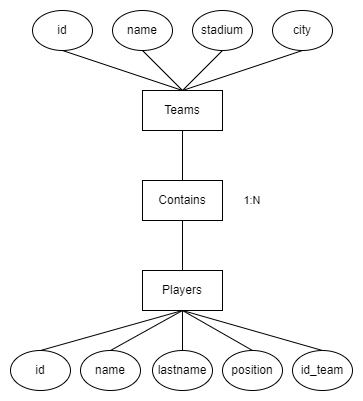
Before: SQL/Modelo Entidad-relacion.png, a diagram exported from draw.io (mariobes/practicas-presenciales). Source tidied: cells renumbered, new cells last; positions are measured from the earlier drawing's top-left corner, leaving out a move shared by most shapes. Its diagram source:
```xml
<mxGraphModel>
  <root>
    <mxCell id="0" />
    <mxCell id="1" parent="0" />
    <mxCell id="2" style="edgeStyle=none;shape=connector;rounded=0;jettySize=auto;html=1;exitX=0.5;exitY=0;exitDx=0;exitDy=0;entryX=0.5;entryY=1;entryDx=0;entryDy=0;labelBackgroundColor=default;strokeColor=default;fontFamily=Helvetica;fontSize=11;fontColor=default;endArrow=none;" parent="1" edge="1" source="4" target="7">
      <mxGeometry relative="1" as="geometry" />
    </mxCell>
    <mxCell id="3" style="edgeStyle=none;shape=connector;rounded=0;jettySize=auto;html=1;exitX=0.5;exitY=1;exitDx=0;exitDy=0;entryX=0.5;entryY=0;entryDx=0;entryDy=0;labelBackgroundColor=default;strokeColor=default;fontFamily=Helvetica;fontSize=11;fontColor=default;endArrow=none;" parent="1" edge="1" source="4" target="24">
      <mxGeometry relative="1" as="geometry" />
    </mxCell>
    <mxCell id="4" value="Teams" style="rounded=0;whiteSpace=wrap;html=1;" parent="1" vertex="1">
      <mxGeometry x="132" y="80" width="80" height="40" as="geometry" />
    </mxCell>
    <mxCell id="5" style="edgeStyle=none;shape=connector;rounded=0;jettySize=auto;html=1;exitX=0.5;exitY=1;exitDx=0;exitDy=0;entryX=0.5;entryY=0;entryDx=0;entryDy=0;labelBackgroundColor=default;strokeColor=default;fontFamily=Helvetica;fontSize=11;fontColor=default;endArrow=none;" parent="1" edge="1" source="6" target="14">
      <mxGeometry relative="1" as="geometry" />
    </mxCell>
    <mxCell id="6" value="Players" style="rounded=0;whiteSpace=wrap;html=1;" parent="1" vertex="1">
      <mxGeometry x="132" y="260" width="80" height="40" as="geometry" />
    </mxCell>
    <mxCell id="7" value="id" style="ellipse;whiteSpace=wrap;html=1;" parent="1" vertex="1">
      <mxGeometry x="22" width="60" height="40" as="geometry" />
    </mxCell>
    <mxCell id="8" style="edgeStyle=none;shape=connector;rounded=0;jettySize=auto;html=1;exitX=0.5;exitY=1;exitDx=0;exitDy=0;entryX=0.5;entryY=0;entryDx=0;entryDy=0;labelBackgroundColor=default;strokeColor=default;fontFamily=Helvetica;fontSize=11;fontColor=default;endArrow=none;" parent="1" edge="1" source="9" target="4">
      <mxGeometry relative="1" as="geometry" />
    </mxCell>
    <mxCell id="9" value="name" style="ellipse;whiteSpace=wrap;html=1;" parent="1" vertex="1">
      <mxGeometry x="102" width="60" height="40" as="geometry" />
    </mxCell>
    <mxCell id="10" style="edgeStyle=none;shape=connector;rounded=0;jettySize=auto;html=1;exitX=0.5;exitY=1;exitDx=0;exitDy=0;entryX=0.5;entryY=0;entryDx=0;entryDy=0;labelBackgroundColor=default;strokeColor=default;fontFamily=Helvetica;fontSize=11;fontColor=default;endArrow=none;" parent="1" edge="1" source="11" target="4">
      <mxGeometry relative="1" as="geometry" />
    </mxCell>
    <mxCell id="11" value="stadium" style="ellipse;whiteSpace=wrap;html=1;" parent="1" vertex="1">
      <mxGeometry x="182" width="60" height="40" as="geometry" />
    </mxCell>
    <mxCell id="12" style="edgeStyle=none;shape=connector;rounded=0;jettySize=auto;html=1;exitX=0.5;exitY=1;exitDx=0;exitDy=0;entryX=0.5;entryY=0;entryDx=0;entryDy=0;labelBackgroundColor=default;strokeColor=default;fontFamily=Helvetica;fontSize=11;fontColor=default;endArrow=none;" parent="1" edge="1" source="13" target="4">
      <mxGeometry relative="1" as="geometry" />
    </mxCell>
    <mxCell id="13" value="city" style="ellipse;whiteSpace=wrap;html=1;" parent="1" vertex="1">
      <mxGeometry x="262" width="60" height="40" as="geometry" />
    </mxCell>
    <mxCell id="14" value="id" style="ellipse;whiteSpace=wrap;html=1;" parent="1" vertex="1">
      <mxGeometry y="340" width="60" height="40" as="geometry" />
    </mxCell>
    <mxCell id="15" style="edgeStyle=none;shape=connector;rounded=0;jettySize=auto;html=1;exitX=0.5;exitY=0;exitDx=0;exitDy=0;entryX=0.5;entryY=1;entryDx=0;entryDy=0;labelBackgroundColor=default;strokeColor=default;fontFamily=Helvetica;fontSize=11;fontColor=default;endArrow=none;" parent="1" edge="1" source="16" target="6">
      <mxGeometry relative="1" as="geometry" />
    </mxCell>
    <mxCell id="16" value="name" style="ellipse;whiteSpace=wrap;html=1;" parent="1" vertex="1">
      <mxGeometry x="70" y="340" width="60" height="40" as="geometry" />
    </mxCell>
    <mxCell id="17" style="edgeStyle=none;shape=connector;rounded=0;jettySize=auto;html=1;exitX=0.5;exitY=0;exitDx=0;exitDy=0;entryX=0.5;entryY=1;entryDx=0;entryDy=0;labelBackgroundColor=default;strokeColor=default;fontFamily=Helvetica;fontSize=11;fontColor=default;endArrow=none;" parent="1" edge="1" source="18" target="6">
      <mxGeometry relative="1" as="geometry" />
    </mxCell>
    <mxCell id="18" value="lastname" style="ellipse;whiteSpace=wrap;html=1;" parent="1" vertex="1">
      <mxGeometry x="142" y="340" width="60" height="40" as="geometry" />
    </mxCell>
    <mxCell id="19" style="edgeStyle=none;shape=connector;rounded=0;jettySize=auto;html=1;exitX=0.5;exitY=0;exitDx=0;exitDy=0;entryX=0.5;entryY=1;entryDx=0;entryDy=0;labelBackgroundColor=default;strokeColor=default;fontFamily=Helvetica;fontSize=11;fontColor=default;endArrow=none;" parent="1" edge="1" source="20" target="6">
      <mxGeometry relative="1" as="geometry" />
    </mxCell>
    <mxCell id="20" value="id_team" style="ellipse;whiteSpace=wrap;html=1;" parent="1" vertex="1">
      <mxGeometry x="282" y="340" width="60" height="40" as="geometry" />
    </mxCell>
    <mxCell id="21" style="edgeStyle=none;shape=connector;rounded=0;jettySize=auto;html=1;exitX=0.5;exitY=0;exitDx=0;exitDy=0;entryX=0.5;entryY=1;entryDx=0;entryDy=0;labelBackgroundColor=default;strokeColor=default;fontFamily=Helvetica;fontSize=11;fontColor=default;endArrow=none;" parent="1" edge="1" source="22" target="6">
      <mxGeometry relative="1" as="geometry" />
    </mxCell>
    <mxCell id="22" value="position" style="ellipse;whiteSpace=wrap;html=1;" parent="1" vertex="1">
      <mxGeometry x="212" y="340" width="60" height="40" as="geometry" />
    </mxCell>
    <mxCell id="23" style="edgeStyle=none;shape=connector;rounded=0;jettySize=auto;html=1;exitX=0.5;exitY=1;exitDx=0;exitDy=0;entryX=0.5;entryY=0;entryDx=0;entryDy=0;labelBackgroundColor=default;strokeColor=default;fontFamily=Helvetica;fontSize=11;fontColor=default;endArrow=none;" parent="1" edge="1" source="24" target="6">
      <mxGeometry relative="1" as="geometry" />
    </mxCell>
    <mxCell id="24" value="Contains" style="rounded=0;whiteSpace=wrap;html=1;" parent="1" vertex="1">
      <mxGeometry x="132" y="170" width="80" height="40" as="geometry" />
    </mxCell>
    <mxCell id="25" value="1:N" style="text;html=1;strokeColor=none;fillColor=none;align=center;verticalAlign=middle;whiteSpace=wrap;rounded=0;fontSize=11;fontFamily=Helvetica;fontColor=default;" parent="1" vertex="1">
      <mxGeometry x="212" y="175" width="60" height="30" as="geometry" />
    </mxCell>
  </root>
</mxGraphModel>
```
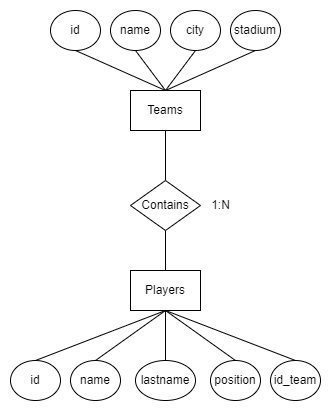
After the change.

The edit, as a diff of the source:
```diff
@@ -1,78 +1,78 @@
 <mxGraphModel>
   <root>
-    <mxCell id="0" />
-    <mxCell id="1" parent="0" />
-    <mxCell id="2" style="edgeStyle=none;shape=connector;rounded=0;jettySize=auto;html=1;exitX=0.5;exitY=0;exitDx=0;exitDy=0;entryX=0.5;entryY=1;entryDx=0;entryDy=0;labelBackgroundColor=default;strokeColor=default;fontFamily=Helvetica;fontSize=11;fontColor=default;endArrow=none;" parent="1" edge="1" source="4" target="7">
-      <mxGeometry relative="1" as="geometry" />
-    </mxCell>
+    <mxCell id="26" />
+    <mxCell id="27" parent="26" />
-    <mxCell id="3" style="edgeStyle=none;shape=connector;rounded=0;jettySize=auto;html=1;exitX=0.5;exitY=1;exitDx=0;exitDy=0;entryX=0.5;entryY=0;entryDx=0;entryDy=0;labelBackgroundColor=default;strokeColor=default;fontFamily=Helvetica;fontSize=11;fontColor=default;endArrow=none;" parent="1" edge="1" source="4" target="24">
+    <mxCell id="3" style="edgeStyle=none;shape=connector;rounded=0;jettySize=auto;html=1;exitX=0.5;exitY=1;exitDx=0;exitDy=0;entryX=0.5;entryY=0;entryDx=0;entryDy=0;labelBackgroundColor=default;strokeColor=default;fontFamily=Helvetica;fontSize=11;fontColor=default;endArrow=none;" parent="27" edge="1" source="4" target="24">
       <mxGeometry relative="1" as="geometry" />
     </mxCell>
-    <mxCell id="4" value="Teams" style="rounded=0;whiteSpace=wrap;html=1;" parent="1" vertex="1">
-      <mxGeometry x="132" y="80" width="80" height="40" as="geometry" />
+    <mxCell id="4" value="Teams" style="rounded=0;whiteSpace=wrap;html=1;" parent="27" vertex="1">
+      <mxGeometry x="-18" y="50" width="70" height="40" as="geometry" />
     </mxCell>
-    <mxCell id="5" style="edgeStyle=none;shape=connector;rounded=0;jettySize=auto;html=1;exitX=0.5;exitY=1;exitDx=0;exitDy=0;entryX=0.5;entryY=0;entryDx=0;entryDy=0;labelBackgroundColor=default;strokeColor=default;fontFamily=Helvetica;fontSize=11;fontColor=default;endArrow=none;" parent="1" edge="1" source="6" target="14">
-      <mxGeometry relative="1" as="geometry" />
-    </mxCell>
+    <mxCell id="28" style="edgeStyle=none;shape=connector;rounded=0;jettySize=auto;html=1;exitX=0.5;exitY=1;exitDx=0;exitDy=0;entryX=0.5;entryY=0;entryDx=0;entryDy=0;labelBackgroundColor=default;strokeColor=default;fontFamily=Helvetica;fontSize=11;fontColor=default;endArrow=none;" parent="27" edge="1" source="6" target="18">
+      <mxGeometry relative="1" as="geometry" />
+    </mxCell>
+    <mxCell id="29" style="edgeStyle=none;shape=connector;rounded=0;jettySize=auto;html=1;exitX=0.5;exitY=1;exitDx=0;exitDy=0;entryX=0.5;entryY=0;entryDx=0;entryDy=0;labelBackgroundColor=default;strokeColor=default;fontFamily=Helvetica;fontSize=11;fontColor=default;endArrow=none;" parent="27" edge="1" source="6" target="37">
+      <mxGeometry relative="1" as="geometry" />
+    </mxCell>
+    <mxCell id="30" style="edgeStyle=none;shape=connector;rounded=0;jettySize=auto;html=1;exitX=0.5;exitY=1;exitDx=0;exitDy=0;entryX=0.5;entryY=0;entryDx=0;entryDy=0;labelBackgroundColor=default;strokeColor=default;fontFamily=Helvetica;fontSize=11;fontColor=default;endArrow=none;" parent="27" edge="1" source="6" target="22">
+      <mxGeometry relative="1" as="geometry" />
+    </mxCell>
-    <mxCell id="6" value="Players" style="rounded=0;whiteSpace=wrap;html=1;" parent="1" vertex="1">
-      <mxGeometry x="132" y="260" width="80" height="40" as="geometry" />
+    <mxCell id="6" value="Players" style="rounded=0;whiteSpace=wrap;html=1;" parent="27" vertex="1">
+      <mxGeometry x="-18" y="230" width="70" height="40" as="geometry" />
     </mxCell>
-    <mxCell id="7" value="id" style="ellipse;whiteSpace=wrap;html=1;" parent="1" vertex="1">
-      <mxGeometry x="22" width="60" height="40" as="geometry" />
-    </mxCell>
-    <mxCell id="8" style="edgeStyle=none;shape=connector;rounded=0;jettySize=auto;html=1;exitX=0.5;exitY=1;exitDx=0;exitDy=0;entryX=0.5;entryY=0;entryDx=0;entryDy=0;labelBackgroundColor=default;strokeColor=default;fontFamily=Helvetica;fontSize=11;fontColor=default;endArrow=none;" parent="1" edge="1" source="9" target="4">
-      <mxGeometry relative="1" as="geometry" />
-    </mxCell>
-    <mxCell id="9" value="name" style="ellipse;whiteSpace=wrap;html=1;" parent="1" vertex="1">
-      <mxGeometry x="102" width="60" height="40" as="geometry" />
-    </mxCell>
+    <mxCell id="23" style="edgeStyle=none;shape=connector;rounded=0;jettySize=auto;html=1;exitX=0.5;exitY=1;exitDx=0;exitDy=0;entryX=0.5;entryY=0;entryDx=0;entryDy=0;labelBackgroundColor=default;strokeColor=default;fontFamily=Helvetica;fontSize=11;fontColor=default;endArrow=none;" parent="27" edge="1" source="24" target="6">
+      <mxGeometry relative="1" as="geometry" />
+    </mxCell>
+    <mxCell id="24" value="Contains" style="rhombus;whiteSpace=wrap;html=1;" parent="27" vertex="1">
+      <mxGeometry x="-18" y="140" width="70" height="50" as="geometry" />
+    </mxCell>
+    <mxCell id="25" value="1:N" style="text;html=1;align=center;verticalAlign=middle;strokeColor=none;fillColor=none;" parent="27" vertex="1">
+      <mxGeometry x="52" y="150" width="40" height="30" as="geometry" />
+    </mxCell>
+    <mxCell id="31" value="id" style="ellipse;whiteSpace=wrap;html=1;" parent="27" vertex="1">
+      <mxGeometry x="-98" y="-30" width="50" height="40" as="geometry" />
+    </mxCell>
+    <mxCell id="32" style="edgeStyle=none;shape=connector;rounded=0;jettySize=auto;html=1;exitX=0.5;exitY=1;exitDx=0;exitDy=0;entryX=0.5;entryY=0;entryDx=0;entryDy=0;labelBackgroundColor=default;strokeColor=default;fontFamily=Helvetica;fontSize=11;fontColor=default;endArrow=none;" parent="27" edge="1" source="33" target="4">
+      <mxGeometry relative="1" as="geometry" />
+    </mxCell>
+    <mxCell id="33" value="name" style="ellipse;whiteSpace=wrap;html=1;" parent="27" vertex="1">
+      <mxGeometry x="-38" y="-30" width="50" height="40" as="geometry" />
+    </mxCell>
-    <mxCell id="10" style="edgeStyle=none;shape=connector;rounded=0;jettySize=auto;html=1;exitX=0.5;exitY=1;exitDx=0;exitDy=0;entryX=0.5;entryY=0;entryDx=0;entryDy=0;labelBackgroundColor=default;strokeColor=default;fontFamily=Helvetica;fontSize=11;fontColor=default;endArrow=none;" parent="1" edge="1" source="11" target="4">
+    <mxCell id="10" style="edgeStyle=none;shape=connector;rounded=0;jettySize=auto;html=1;exitX=0.5;exitY=1;exitDx=0;exitDy=0;entryX=0.5;entryY=0;entryDx=0;entryDy=0;labelBackgroundColor=default;strokeColor=default;fontFamily=Helvetica;fontSize=11;fontColor=default;endArrow=none;" parent="27" edge="1" source="11" target="4">
       <mxGeometry relative="1" as="geometry" />
     </mxCell>
-    <mxCell id="11" value="stadium" style="ellipse;whiteSpace=wrap;html=1;" parent="1" vertex="1">
-      <mxGeometry x="182" width="60" height="40" as="geometry" />
+    <mxCell id="11" value="stadium" style="ellipse;whiteSpace=wrap;html=1;" parent="27" vertex="1">
+      <mxGeometry x="82" y="-30" width="50" height="40" as="geometry" />
     </mxCell>
-    <mxCell id="12" style="edgeStyle=none;shape=connector;rounded=0;jettySize=auto;html=1;exitX=0.5;exitY=1;exitDx=0;exitDy=0;entryX=0.5;entryY=0;entryDx=0;entryDy=0;labelBackgroundColor=default;strokeColor=default;fontFamily=Helvetica;fontSize=11;fontColor=default;endArrow=none;" parent="1" edge="1" source="13" target="4">
+    <mxCell id="12" style="edgeStyle=none;shape=connector;rounded=0;jettySize=auto;html=1;exitX=0.5;exitY=1;exitDx=0;exitDy=0;entryX=0.5;entryY=0;entryDx=0;entryDy=0;labelBackgroundColor=default;strokeColor=default;fontFamily=Helvetica;fontSize=11;fontColor=default;endArrow=none;" parent="27" edge="1" source="13" target="4">
       <mxGeometry relative="1" as="geometry" />
     </mxCell>
-    <mxCell id="13" value="city" style="ellipse;whiteSpace=wrap;html=1;" parent="1" vertex="1">
-      <mxGeometry x="262" width="60" height="40" as="geometry" />
+    <mxCell id="13" value="city" style="ellipse;whiteSpace=wrap;html=1;" parent="27" vertex="1">
+      <mxGeometry x="22" y="-30" width="50" height="40" as="geometry" />
     </mxCell>
-    <mxCell id="14" value="id" style="ellipse;whiteSpace=wrap;html=1;" parent="1" vertex="1">
-      <mxGeometry y="340" width="60" height="40" as="geometry" />
-    </mxCell>
-    <mxCell id="15" style="edgeStyle=none;shape=connector;rounded=0;jettySize=auto;html=1;exitX=0.5;exitY=0;exitDx=0;exitDy=0;entryX=0.5;entryY=1;entryDx=0;entryDy=0;labelBackgroundColor=default;strokeColor=default;fontFamily=Helvetica;fontSize=11;fontColor=default;endArrow=none;" parent="1" edge="1" source="16" target="6">
-      <mxGeometry relative="1" as="geometry" />
-    </mxCell>
-    <mxCell id="16" value="name" style="ellipse;whiteSpace=wrap;html=1;" parent="1" vertex="1">
-      <mxGeometry x="70" y="340" width="60" height="40" as="geometry" />
-    </mxCell>
-    <mxCell id="17" style="edgeStyle=none;shape=connector;rounded=0;jettySize=auto;html=1;exitX=0.5;exitY=0;exitDx=0;exitDy=0;entryX=0.5;entryY=1;entryDx=0;entryDy=0;labelBackgroundColor=default;strokeColor=default;fontFamily=Helvetica;fontSize=11;fontColor=default;endArrow=none;" parent="1" edge="1" source="18" target="6">
-      <mxGeometry relative="1" as="geometry" />
-    </mxCell>
+    <mxCell id="34" style="endArrow=none;html=1;rounded=0;entryX=0.5;entryY=1;entryDx=0;entryDy=0;exitX=0.5;exitY=0;exitDx=0;exitDy=0;" parent="27" edge="1" source="4" target="31">
+      <mxGeometry relative="1" as="geometry" />
+    </mxCell>
+    <mxCell id="35" style="edgeStyle=none;shape=connector;rounded=0;jettySize=auto;html=1;exitX=0.5;exitY=0;exitDx=0;exitDy=0;entryX=0.5;entryY=1;entryDx=0;entryDy=0;labelBackgroundColor=default;strokeColor=default;fontFamily=Helvetica;fontSize=11;fontColor=default;endArrow=none;" parent="27" edge="1" source="36" target="6">
+      <mxGeometry relative="1" as="geometry" />
+    </mxCell>
+    <mxCell id="36" value="id" style="ellipse;whiteSpace=wrap;html=1;" parent="27" vertex="1">
+      <mxGeometry x="-138" y="320" width="50" height="40" as="geometry" />
+    </mxCell>
+    <mxCell id="37" value="name" style="ellipse;whiteSpace=wrap;html=1;" parent="27" vertex="1">
+      <mxGeometry x="-78" y="320" width="50" height="40" as="geometry" />
+    </mxCell>
+    <mxCell id="22" value="position" style="ellipse;whiteSpace=wrap;html=1;" parent="27" vertex="1">
+      <mxGeometry x="62" y="320" width="50" height="40" as="geometry" />
+    </mxCell>
-    <mxCell id="18" value="lastname" style="ellipse;whiteSpace=wrap;html=1;" parent="1" vertex="1">
-      <mxGeometry x="142" y="340" width="60" height="40" as="geometry" />
+    <mxCell id="18" value="lastname" style="ellipse;whiteSpace=wrap;html=1;" parent="27" vertex="1">
+      <mxGeometry x="-13" y="320" width="60" height="40" as="geometry" />
     </mxCell>
-    <mxCell id="19" style="edgeStyle=none;shape=connector;rounded=0;jettySize=auto;html=1;exitX=0.5;exitY=0;exitDx=0;exitDy=0;entryX=0.5;entryY=1;entryDx=0;entryDy=0;labelBackgroundColor=default;strokeColor=default;fontFamily=Helvetica;fontSize=11;fontColor=default;endArrow=none;" parent="1" edge="1" source="20" target="6">
+    <mxCell id="19" style="edgeStyle=none;shape=connector;rounded=0;jettySize=auto;html=1;exitX=0.5;exitY=0;exitDx=0;exitDy=0;entryX=0.5;entryY=1;entryDx=0;entryDy=0;labelBackgroundColor=default;strokeColor=default;fontFamily=Helvetica;fontSize=11;fontColor=default;endArrow=none;" parent="27" edge="1" source="20" target="6">
       <mxGeometry relative="1" as="geometry" />
     </mxCell>
-    <mxCell id="20" value="id_team" style="ellipse;whiteSpace=wrap;html=1;" parent="1" vertex="1">
-      <mxGeometry x="282" y="340" width="60" height="40" as="geometry" />
+    <mxCell id="20" value="id_team" style="ellipse;whiteSpace=wrap;html=1;" parent="27" vertex="1">
+      <mxGeometry x="122" y="320" width="50" height="40" as="geometry" />
     </mxCell>
-    <mxCell id="21" style="edgeStyle=none;shape=connector;rounded=0;jettySize=auto;html=1;exitX=0.5;exitY=0;exitDx=0;exitDy=0;entryX=0.5;entryY=1;entryDx=0;entryDy=0;labelBackgroundColor=default;strokeColor=default;fontFamily=Helvetica;fontSize=11;fontColor=default;endArrow=none;" parent="1" edge="1" source="22" target="6">
-      <mxGeometry relative="1" as="geometry" />
-    </mxCell>
-    <mxCell id="22" value="position" style="ellipse;whiteSpace=wrap;html=1;" parent="1" vertex="1">
-      <mxGeometry x="212" y="340" width="60" height="40" as="geometry" />
-    </mxCell>
-    <mxCell id="23" style="edgeStyle=none;shape=connector;rounded=0;jettySize=auto;html=1;exitX=0.5;exitY=1;exitDx=0;exitDy=0;entryX=0.5;entryY=0;entryDx=0;entryDy=0;labelBackgroundColor=default;strokeColor=default;fontFamily=Helvetica;fontSize=11;fontColor=default;endArrow=none;" parent="1" edge="1" source="24" target="6">
-      <mxGeometry relative="1" as="geometry" />
-    </mxCell>
-    <mxCell id="24" value="Contains" style="rounded=0;whiteSpace=wrap;html=1;" parent="1" vertex="1">
-      <mxGeometry x="132" y="170" width="80" height="40" as="geometry" />
-    </mxCell>
-    <mxCell id="25" value="1:N" style="text;html=1;strokeColor=none;fillColor=none;align=center;verticalAlign=middle;whiteSpace=wrap;rounded=0;fontSize=11;fontFamily=Helvetica;fontColor=default;" parent="1" vertex="1">
-      <mxGeometry x="212" y="175" width="60" height="30" as="geometry" />
-    </mxCell>
   </root>
 </mxGraphModel>
```
